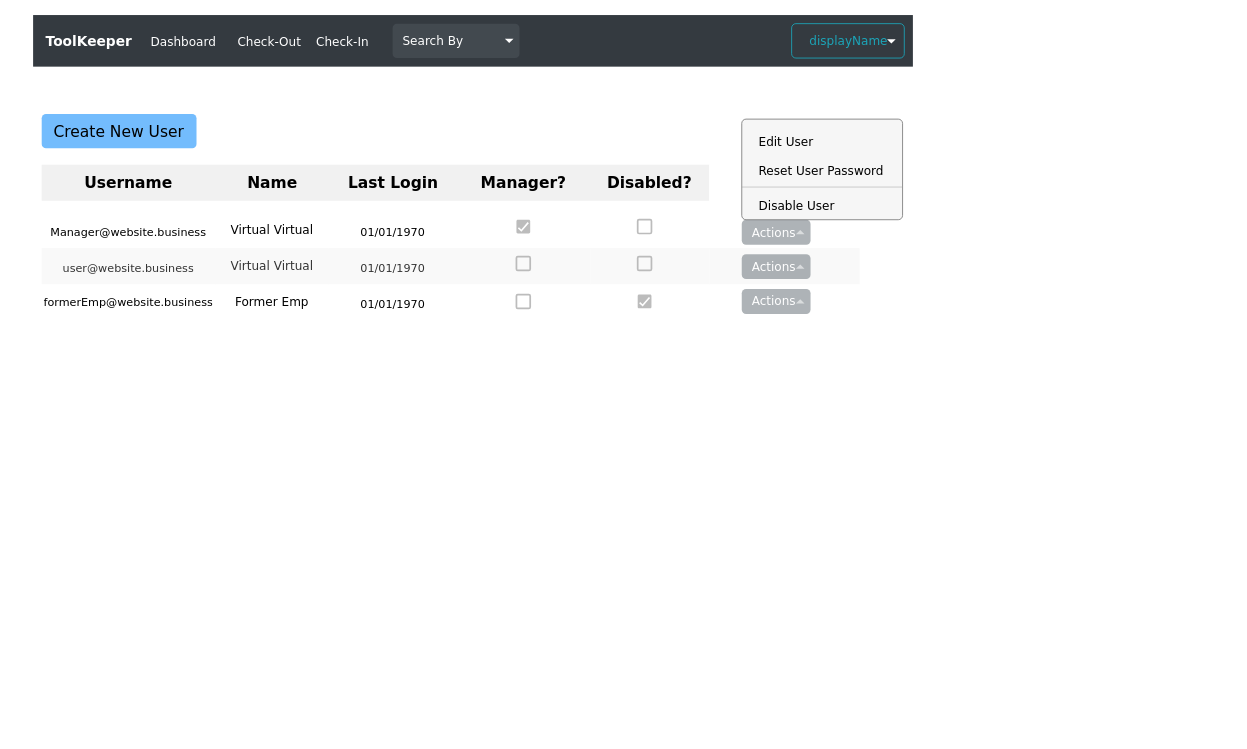
Before: page "User Management" (7 of 10) of initialDesign.drawio in DaveLuhman/toolkeeper, a draw.io diagram. Source tidied: cells renumbered, new cells numbered last; positions are measured from the earlier drawing's top-left corner, leaving out a move shared by most shapes. Both pictures are drawn from the tidied source at 86%, with x=0, y=0 at pixel (33, 15). Pictures stored in the file or linked from it are replaced by grey dashed boxes.
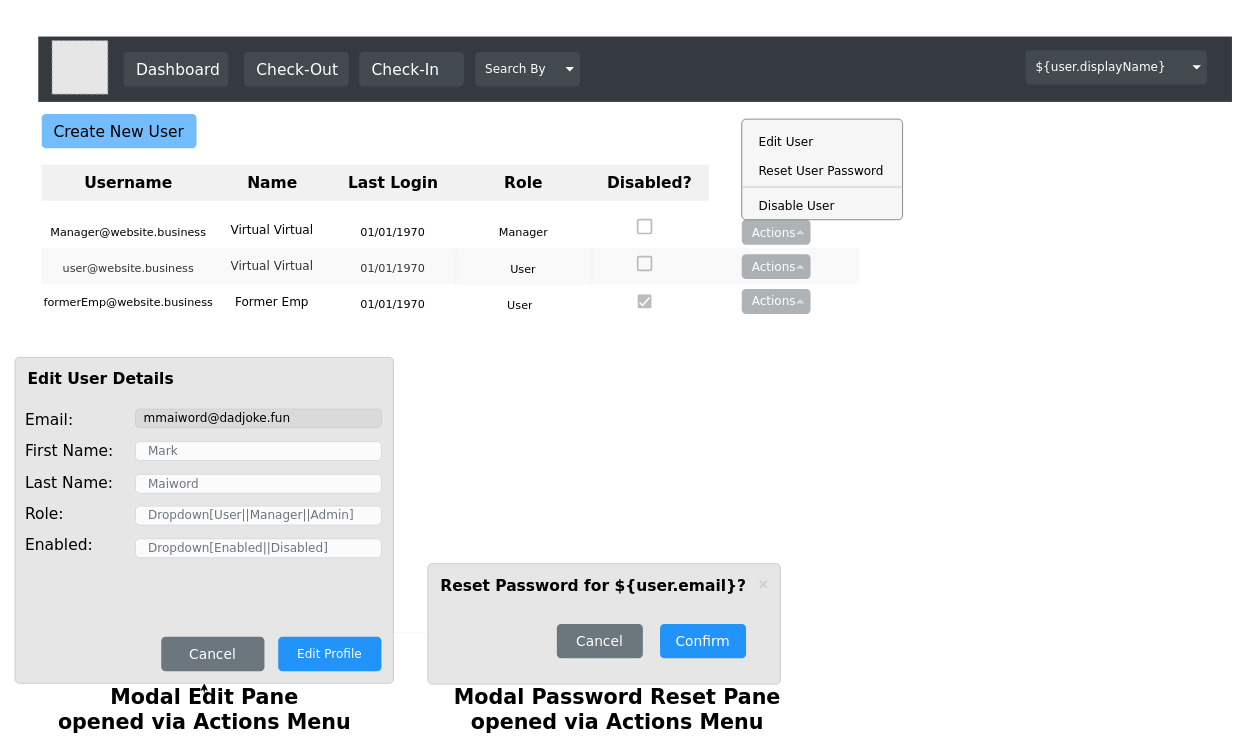
After the change.

The change refers to these unchanged cells:
```xml
<mxCell id="12" style="shape=partialRectangle;html=1;whiteSpace=wrap;fillColor=none;top=0;left=0;bottom=0;right=0;sketch=0;fontFamily=Verdana;fontSize=18;fontColor=#000000;strokeColor=#999999;strokeWidth=2;opacity=55;" parent="11" vertex="1">
  <mxGeometry width="776" height="42" as="geometry" />
</mxCell>
<mxCell id="19" style="shape=partialRectangle;html=1;whiteSpace=wrap;fillColor=none;top=0;left=0;bottom=0;right=0;sketch=0;fontFamily=Verdana;fontSize=18;fontColor=#000000;strokeColor=#999999;strokeWidth=2;opacity=55;" parent="18" vertex="1">
  <mxGeometry width="951" height="42" as="geometry" />
</mxCell>
<mxCell id="26" style="shape=partialRectangle;html=1;whiteSpace=wrap;fillColor=none;top=0;left=0;bottom=0;right=0;sketch=0;fontFamily=Verdana;fontSize=18;fontColor=#000000;strokeColor=#999999;strokeWidth=2;opacity=55;" parent="18" vertex="1">
  <mxGeometry y="42" width="951" height="42" as="geometry" />
</mxCell>
```

Diff of the diagram source:
```diff
@@
-    <mxCell id="2" value="&lt;b&gt;ToolKeeper&lt;/b&gt;" style="html=1;shadow=0;dashed=0;fillColor=#343A40;strokeColor=none;fontSize=16;fontColor=#ffffff;align=left;spacing=15;fontFamily=Verdana;" parent="1" vertex="1">
-      <mxGeometry width="1023" height="60" as="geometry" />
-    </mxCell>
-    <mxCell id="3" value="Dashboard" style="fillColor=none;strokeColor=none;fontSize=14;fontColor=#ffffff;align=center;fontFamily=Verdana;" parent="2" vertex="1">
-      <mxGeometry width="70" height="40" relative="1" as="geometry">
-        <mxPoint x="140" y="10" as="offset" />
-      </mxGeometry>
-    </mxCell>
-    <mxCell id="4" value="Check-Out" style="fillColor=none;strokeColor=none;fontSize=14;fontColor=#ffffff;align=center;fontFamily=Verdana;" parent="2" vertex="1">
-      <mxGeometry width="70" height="40" relative="1" as="geometry">
-        <mxPoint x="240" y="10" as="offset" />
-      </mxGeometry>
-    </mxCell>
-    <mxCell id="5" value="Check-In" style="fillColor=none;strokeColor=none;fontSize=14;fontColor=#ffffff;align=center;spacingRight=0;fontFamily=Verdana;" parent="2" vertex="1">
-      <mxGeometry width="80" height="40" relative="1" as="geometry">
-        <mxPoint x="320" y="10" as="offset" />
-      </mxGeometry>
-    </mxCell>
-    <mxCell id="6" value="displayName" style="html=1;shadow=0;dashed=0;shape=mxgraph.bootstrap.rrect;rSize=5;fontSize=14;fontColor=#1CA5B8;strokeColor=#1CA5B8;fillColor=none;align=center;fontFamily=Verdana;" parent="2" vertex="1">
-      <mxGeometry x="1" width="131" height="40" relative="1" as="geometry">
-        <mxPoint x="-141" y="10" as="offset" />
-      </mxGeometry>
-    </mxCell>
-    <mxCell id="7" style="shape=triangle;direction=south;fillColor=#ffffff;strokeColor=none;perimeter=none;fontFamily=Verdana;" parent="2" vertex="1">
-      <mxGeometry x="1" y="0.5" width="10" height="5" relative="1" as="geometry">
-        <mxPoint x="-30" y="-2" as="offset" />
-      </mxGeometry>
-    </mxCell>
-    <mxCell id="8" value="Search By" style="html=1;shadow=0;dashed=0;shape=mxgraph.bootstrap.rrect;rSize=5;strokeColor=none;strokeWidth=1;fillColor=#6C767D;fontColor=#ffffff;whiteSpace=wrap;align=left;verticalAlign=middle;fontStyle=0;fontSize=14;spacingLeft=10;opacity=25;fontFamily=Verdana;" parent="2" vertex="1">
-      <mxGeometry x="418" y="10" width="147.6" height="40" as="geometry" />
-    </mxCell>
-    <mxCell id="9" style="shape=triangle;direction=south;fillColor=#ffffff;strokeColor=none;perimeter=none;fontFamily=Verdana;" parent="8" vertex="1">
-      <mxGeometry x="1" y="0.5" width="10" height="5" relative="1" as="geometry">
-        <mxPoint x="-17" y="-2.5" as="offset" />
-      </mxGeometry>
-    </mxCell>
@@
-    <mxCell id="16" value="&lt;span&gt;Manager?&lt;/span&gt;" style="shape=partialRectangle;html=1;whiteSpace=wrap;fillColor=none;top=0;left=0;bottom=0;right=0;overflow=hidden;sketch=0;fontFamily=Verdana;fontSize=18;fontColor=#000000;strokeColor=#999999;strokeWidth=2;opacity=55;fontStyle=1;" parent="12" vertex="1">
+    <mxCell id="16" value="&lt;span&gt;Role&lt;/span&gt;" style="shape=partialRectangle;html=1;whiteSpace=wrap;fillColor=none;top=0;left=0;bottom=0;right=0;overflow=hidden;sketch=0;fontFamily=Verdana;fontSize=18;fontColor=#000000;strokeColor=#999999;strokeWidth=2;opacity=55;fontStyle=1;" parent="12" vertex="1">
       <mxGeometry x="483" width="155" height="42" as="geometry" />
     </mxCell>
@@
-    <mxCell id="23" style="shape=partialRectangle;html=1;whiteSpace=wrap;fillColor=none;top=0;left=0;bottom=0;right=0;overflow=hidden;sketch=0;fontFamily=Verdana;fontSize=18;fontColor=#000000;strokeColor=#999999;strokeWidth=2;opacity=55;fontStyle=1;" parent="19" vertex="1">
+    <mxCell id="23" value="&lt;span style=&quot;font-weight: normal&quot;&gt;&lt;font style=&quot;font-size: 13px&quot;&gt;Manager&lt;/font&gt;&lt;/span&gt;" style="shape=partialRectangle;html=1;whiteSpace=wrap;fillColor=none;top=0;left=0;bottom=0;right=0;overflow=hidden;sketch=0;fontFamily=Verdana;fontSize=18;fontColor=#000000;strokeColor=#999999;strokeWidth=2;opacity=55;fontStyle=1;" parent="19" vertex="1">
       <mxGeometry x="483" width="155" height="42" as="geometry" />
     </mxCell>
@@
-    <mxCell id="30" style="shape=partialRectangle;html=1;whiteSpace=wrap;fillColor=#f5f5f5;top=0;left=0;bottom=0;right=0;overflow=hidden;sketch=0;fontFamily=Verdana;fontSize=18;fontColor=#333333;strokeColor=#666666;strokeWidth=2;opacity=55;fontStyle=1;" parent="26" vertex="1">
+    <mxCell id="30" style="shape=partialRectangle;html=1;whiteSpace=wrap;fillColor=none;top=0;left=0;bottom=0;right=0;overflow=hidden;sketch=0;fontFamily=Verdana;fontSize=18;fontColor=#000000;strokeColor=#999999;strokeWidth=2;opacity=55;fontStyle=1;" parent="26" vertex="1">
       <mxGeometry x="483" width="155" height="42" as="geometry" />
     </mxCell>
@@
-    <mxCell id="47" style="dashed=0;labelPosition=right;align=left;shape=mxgraph.gmdl.checkbox;strokeColor=none;fillColor=#B0B0B0;strokeWidth=2;sketch=0;fontFamily=Verdana;fontSize=13;fontColor=#000000;opacity=85;" parent="1" vertex="1">
-      <mxGeometry x="562" y="238" width="16" height="16" as="geometry" />
-    </mxCell>
@@
-    <mxCell id="49" style="dashed=0;labelPosition=right;align=left;shape=mxgraph.gmdl.checkbox;strokeColor=#B0B0B0;fillColor=none;strokeWidth=2;sketch=0;fontFamily=Verdana;fontSize=13;fontColor=#000000;opacity=85;" parent="1" vertex="1">
-      <mxGeometry x="562" y="281" width="16" height="16" as="geometry" />
-    </mxCell>
@@
-    <mxCell id="53" style="dashed=0;labelPosition=right;align=left;shape=mxgraph.gmdl.checkbox;strokeColor=#B0B0B0;fillColor=none;strokeWidth=2;sketch=0;fontFamily=Verdana;fontSize=13;fontColor=#000000;opacity=85;" parent="1" vertex="1">
-      <mxGeometry x="562" y="325" width="16" height="16" as="geometry" />
-    </mxCell>
@@
+    <mxCell id="57" value="&lt;span style=&quot;font-weight: normal&quot;&gt;&lt;font style=&quot;font-size: 13px&quot;&gt;User&lt;/font&gt;&lt;/span&gt;" style="shape=partialRectangle;html=1;whiteSpace=wrap;fillColor=#F5F5F5;top=0;left=0;bottom=0;right=0;overflow=hidden;sketch=0;fontFamily=Verdana;fontSize=18;fontColor=#000000;strokeColor=#999999;strokeWidth=2;opacity=55;fontStyle=1;" parent="1" vertex="1">
+      <mxGeometry x="489" y="271.5" width="162" height="42" as="geometry" />
+    </mxCell>
+    <mxCell id="58" value="&lt;span style=&quot;font-weight: normal&quot;&gt;&lt;font style=&quot;font-size: 13px&quot;&gt;User&lt;/font&gt;&lt;/span&gt;" style="shape=partialRectangle;html=1;whiteSpace=wrap;fillColor=none;top=0;left=0;bottom=0;right=0;overflow=hidden;sketch=0;fontFamily=Verdana;fontSize=18;fontColor=#000000;strokeColor=#999999;strokeWidth=2;opacity=55;fontStyle=1;" parent="1" vertex="1">
+      <mxGeometry x="489" y="313.5" width="155" height="42" as="geometry" />
+    </mxCell>
+    <mxCell id="59" style="shape=line;strokeColor=#dddddd;fontColor=#000000;opacity=25;fontFamily=Verdana;" parent="1" vertex="1">
+      <mxGeometry x="-11" y="713" width="843.9" height="10" as="geometry">
+        <mxPoint y="50" as="offset" />
+      </mxGeometry>
+    </mxCell>
+    <mxCell id="60" style="html=1;shadow=0;dashed=0;shape=mxgraph.bootstrap.x;strokeColor=#868686;strokeWidth=2;fontColor=#000000;opacity=25;fontFamily=Verdana;" parent="1" vertex="1">
+      <mxGeometry x="830" y="683" width="8" height="8" as="geometry">
+        <mxPoint x="-24" y="20" as="offset" />
+      </mxGeometry>
+    </mxCell>
+    <mxCell id="61" style="group;" parent="1" vertex="1">
+      <mxGeometry x="-21" y="398" width="440" height="430" as="geometry" />
+    </mxCell>
+    <mxCell id="62" value="Edit User Details" style="html=1;shadow=0;dashed=0;shape=mxgraph.bootstrap.rrect;rSize=5;html=1;strokeColor=#C8C8C8;fillColor=#E6E6E6;whiteSpace=wrap;verticalAlign=top;align=left;fontSize=18;spacing=15;spacingTop=-5;fontColor=#000000;fontStyle=1;fontFamily=Verdana;" parent="61" vertex="1">
+      <mxGeometry width="440" height="379" as="geometry" />
+    </mxCell>
+    <mxCell id="63" style="edgeStyle=orthogonalEdgeStyle;html=1;fontFamily=Verdana;fontSize=16;fontColor=#333333;" parent="61" edge="1" source="64" target="62">
+      <mxGeometry relative="1" as="geometry" />
+    </mxCell>
+    <mxCell id="64" value="&lt;font color=&quot;#000000&quot;&gt;Modal Edit Pane &lt;br&gt;opened via Actions Menu&lt;br&gt;&lt;/font&gt;" style="text;strokeColor=none;fillColor=none;html=1;fontSize=24;fontStyle=1;verticalAlign=middle;align=center;fontColor=#B3B3B3;opacity=10;fontFamily=Verdana;" parent="61" vertex="1">
+      <mxGeometry x="170" y="390" width="100" height="40" as="geometry" />
+    </mxCell>
+    <mxCell id="65" value="Edit Profile" style="html=1;shadow=0;dashed=0;shape=mxgraph.bootstrap.rrect;rSize=5;perimeter=none;whiteSpace=wrap;fillColor=#0085FC;strokeColor=none;fontColor=#ffffff;fontSize=14;comic=0;sketch=0;fontFamily=Verdana;opacity=85;" parent="61" vertex="1">
+      <mxGeometry x="306" y="325" width="120" height="40" as="geometry" />
+    </mxCell>
+    <mxCell id="66" value="Email:" style="fillColor=none;strokeColor=none;align=left;fontSize=18;comic=0;sketch=0;fontFamily=Verdana;fontColor=#000000;opacity=85;fontStyle=0;" parent="61" vertex="1">
+      <mxGeometry x="10" y="56" width="100" height="30" as="geometry" />
+    </mxCell>
+    <mxCell id="67" value="Role:" style="fillColor=none;strokeColor=none;align=left;fontSize=18;comic=0;sketch=0;fontFamily=Verdana;fontColor=#000000;opacity=85;" parent="61" vertex="1">
+      <mxGeometry x="10" y="165" width="100" height="30" as="geometry" />
+    </mxCell>
+    <mxCell id="68" value="Dropdown[User||Manager||Admin]" style="html=1;shadow=0;dashed=0;shape=mxgraph.bootstrap.rrect;rSize=5;fillColor=#ffffff;strokeColor=#CED4DA;align=left;spacing=15;fontSize=14;fontColor=#6C767D;comic=0;sketch=0;fontFamily=Verdana;opacity=85;" parent="61" vertex="1">
+      <mxGeometry x="140" y="173" width="286" height="22" as="geometry" />
+    </mxCell>
+    <mxCell id="69" value="Cancel" style="html=1;shadow=0;dashed=0;shape=mxgraph.bootstrap.rrect;rSize=5;strokeColor=none;strokeWidth=1;fillColor=#6C767D;fontColor=#FFFFFF;whiteSpace=wrap;align=center;verticalAlign=middle;spacingLeft=0;fontStyle=0;fontSize=16;spacing=5;labelBackgroundColor=none;comic=0;sketch=0;fontFamily=Verdana;" parent="61" vertex="1">
+      <mxGeometry x="170" y="325" width="120" height="40" as="geometry" />
+    </mxCell>
+    <mxCell id="70" value="Enabled:" style="fillColor=none;strokeColor=none;align=left;fontSize=18;comic=0;sketch=0;fontFamily=Verdana;fontColor=#000000;opacity=85;" parent="61" vertex="1">
+      <mxGeometry x="10" y="201.1" width="100" height="30" as="geometry" />
+    </mxCell>
+    <mxCell id="71" value="Dropdown[Enabled||Disabled]" style="html=1;shadow=0;dashed=0;shape=mxgraph.bootstrap.rrect;rSize=5;fillColor=#ffffff;strokeColor=#CED4DA;align=left;spacing=15;fontSize=14;fontColor=#6C767D;comic=0;sketch=0;fontFamily=Verdana;opacity=85;" parent="61" vertex="1">
+      <mxGeometry x="140" y="211" width="286" height="22" as="geometry" />
+    </mxCell>
+    <mxCell id="72" value="Last Name:" style="fillColor=none;strokeColor=none;align=left;fontSize=18;comic=0;sketch=0;fontFamily=Verdana;fontColor=#000000;opacity=85;" parent="61" vertex="1">
+      <mxGeometry x="10" y="129" width="100" height="30" as="geometry" />
+    </mxCell>
+    <mxCell id="73" value="Maiword" style="html=1;shadow=0;dashed=0;shape=mxgraph.bootstrap.rrect;rSize=5;fillColor=#ffffff;strokeColor=#CED4DA;align=left;spacing=15;fontSize=14;fontColor=#6C767D;comic=0;sketch=0;fontFamily=Verdana;opacity=85;" parent="61" vertex="1">
+      <mxGeometry x="140" y="136" width="286" height="22" as="geometry" />
+    </mxCell>
+    <mxCell id="74" value="First Name:" style="fillColor=none;strokeColor=none;align=left;fontSize=18;comic=0;sketch=0;fontFamily=Verdana;fontColor=#000000;opacity=85;" parent="61" vertex="1">
+      <mxGeometry x="10" y="92" width="100" height="30" as="geometry" />
+    </mxCell>
+    <mxCell id="75" value="Mark" style="html=1;shadow=0;dashed=0;shape=mxgraph.bootstrap.rrect;rSize=5;fillColor=#ffffff;strokeColor=#CED4DA;align=left;spacing=15;fontSize=14;fontColor=#6C767D;comic=0;sketch=0;fontFamily=Verdana;opacity=85;" parent="61" vertex="1">
+      <mxGeometry x="140" y="98" width="286" height="22" as="geometry" />
+    </mxCell>
+    <mxCell id="76" value="mmaiword@dadjoke.fun" style="html=1;shadow=0;dashed=0;shape=mxgraph.bootstrap.rrect;rSize=5;fillColor=#B3B3B3;strokeColor=#999999;align=left;spacing=10;fontSize=14;fontColor=#000000;comic=0;sketch=0;fontFamily=Verdana;opacity=25;" parent="61" vertex="1">
+      <mxGeometry x="140" y="60" width="286" height="22" as="geometry" />
+    </mxCell>
+    <mxCell id="77" value="&lt;span&gt;Reset Password for ${user.email}?&lt;/span&gt;" style="html=1;shadow=0;dashed=0;shape=mxgraph.bootstrap.rrect;rSize=5;html=1;strokeColor=#C8C8C8;fillColor=#E6E6E6;whiteSpace=wrap;verticalAlign=top;align=left;fontSize=18;spacing=15;spacingTop=-5;fontColor=#000000;fontStyle=1;fontFamily=Verdana;" parent="1" vertex="1">
+      <mxGeometry x="459" y="638" width="410" height="140" as="geometry" />
+    </mxCell>
+    <mxCell id="78" style="shape=line;strokeColor=#dddddd;fontColor=#000000;opacity=25;fontFamily=Verdana;" parent="77" vertex="1">
+      <mxGeometry width="339.84" height="10" relative="1" as="geometry">
+        <mxPoint y="50" as="offset" />
+      </mxGeometry>
+    </mxCell>
+    <mxCell id="79" style="html=1;shadow=0;dashed=0;shape=mxgraph.bootstrap.x;strokeColor=#868686;strokeWidth=2;fontColor=#000000;opacity=25;fontFamily=Verdana;" parent="77" vertex="1">
+      <mxGeometry x="1" width="8" height="8" relative="1" as="geometry">
+        <mxPoint x="-24" y="20" as="offset" />
+      </mxGeometry>
+    </mxCell>
+    <mxCell id="80" value="&lt;font style=&quot;font-size: 16px&quot;&gt;Confirm&lt;/font&gt;" style="html=1;shadow=0;dashed=0;shape=mxgraph.bootstrap.rrect;rSize=5;perimeter=none;whiteSpace=wrap;fillColor=#0085FC;strokeColor=none;fontColor=#ffffff;fontSize=14;comic=0;sketch=0;fontFamily=Verdana;opacity=85;" parent="77" vertex="1">
+      <mxGeometry x="270" y="70" width="100" height="40" as="geometry" />
+    </mxCell>
+    <mxCell id="81" value="Cancel" style="html=1;shadow=0;dashed=0;shape=mxgraph.bootstrap.rrect;rSize=5;strokeColor=none;strokeWidth=1;fillColor=#6C767D;fontColor=#FFFFFF;whiteSpace=wrap;align=center;verticalAlign=middle;spacingLeft=0;fontStyle=0;fontSize=16;spacing=5;labelBackgroundColor=none;comic=0;sketch=0;fontFamily=Verdana;" parent="77" vertex="1">
+      <mxGeometry x="150" y="70" width="100" height="40" as="geometry" />
+    </mxCell>
+    <mxCell id="82" value="&lt;font color=&quot;#000000&quot;&gt;Modal Password Reset Pane&lt;br&gt;opened via Actions Menu&lt;br&gt;&lt;/font&gt;" style="text;strokeColor=none;fillColor=none;html=1;fontSize=24;fontStyle=1;verticalAlign=middle;align=center;fontColor=#B3B3B3;opacity=10;fontFamily=Verdana;" parent="1" vertex="1">
+      <mxGeometry x="629" y="788" width="100" height="40" as="geometry" />
+    </mxCell>
+    <mxCell id="83" style="group;" parent="1" vertex="1">
+      <mxGeometry x="6" y="25" width="1388" height="76" as="geometry" />
+    </mxCell>
+    <mxCell id="84" style="html=1;shadow=0;dashed=0;fillColor=#343A40;strokeColor=none;fontSize=16;fontColor=#ffffff;align=left;spacing=15;fontFamily=Verdana;" parent="83" vertex="1">
+      <mxGeometry width="1388" height="76" as="geometry" />
+    </mxCell>
+    <mxCell id="8" value="Search By" style="html=1;shadow=0;dashed=0;shape=mxgraph.bootstrap.rrect;rSize=5;strokeColor=none;strokeWidth=1;fillColor=#6C767D;fontColor=#ffffff;whiteSpace=wrap;align=left;verticalAlign=middle;fontStyle=0;fontSize=14;spacingLeft=10;opacity=25;fontFamily=Verdana;" parent="83" vertex="1">
+      <mxGeometry x="508" y="18" width="122" height="40" as="geometry" />
+    </mxCell>
+    <mxCell id="85" style="shape=triangle;direction=south;fillColor=#ffffff;strokeColor=none;perimeter=none;fontFamily=Verdana;" parent="8" vertex="1">
+      <mxGeometry x="1" y="0.5" width="10" height="5" relative="1" as="geometry">
+        <mxPoint x="-17" y="-2.5" as="offset" />
+      </mxGeometry>
+    </mxCell>
+    <mxCell id="86" style="fillColor=#E6E6E6;strokeColor=#999999;dashed=1;verticalLabelPosition=bottom;labelBackgroundColor=#ffffff;verticalAlign=top;" parent="83" vertex="1">
+      <mxGeometry x="16" y="4.7" width="64.9" height="62.3" as="geometry" />
+    </mxCell>
+    <mxCell id="3" value="&lt;font style=&quot;font-size: 18px&quot;&gt;Dashboard&lt;/font&gt;" style="html=1;shadow=0;dashed=0;shape=mxgraph.bootstrap.rrect;rSize=5;strokeColor=none;strokeWidth=1;fillColor=#6C767D;fontColor=#ffffff;whiteSpace=wrap;align=left;verticalAlign=middle;spacingLeft=10;fontStyle=0;fontSize=14;spacing=5;labelBackgroundColor=none;comic=0;sketch=0;fontFamily=Verdana;opacity=25;" parent="83" vertex="1">
+      <mxGeometry x="99" y="18" width="122" height="40" as="geometry" />
+    </mxCell>
+    <mxCell id="4" value="&lt;font style=&quot;font-size: 18px&quot;&gt;Check-Out&lt;/font&gt;" style="html=1;shadow=0;dashed=0;shape=mxgraph.bootstrap.rrect;rSize=5;strokeColor=none;strokeWidth=1;fillColor=#6C767D;fontColor=#ffffff;whiteSpace=wrap;align=left;verticalAlign=middle;spacingLeft=10;fontStyle=0;fontSize=14;spacing=5;labelBackgroundColor=none;comic=0;sketch=0;fontFamily=Verdana;opacity=25;" parent="83" vertex="1">
+      <mxGeometry x="239" y="18" width="122" height="40" as="geometry" />
+    </mxCell>
+    <mxCell id="5" value="&lt;font style=&quot;font-size: 18px&quot;&gt;Check-In&lt;/font&gt;" style="html=1;shadow=0;dashed=0;shape=mxgraph.bootstrap.rrect;rSize=5;strokeColor=none;strokeWidth=1;fillColor=#6C767D;fontColor=#ffffff;whiteSpace=wrap;align=left;verticalAlign=middle;spacingLeft=10;fontStyle=0;fontSize=14;spacing=5;labelBackgroundColor=none;comic=0;sketch=0;fontFamily=Verdana;opacity=25;" parent="83" vertex="1">
+      <mxGeometry x="373" y="18" width="122" height="40" as="geometry" />
+    </mxCell>
+    <mxCell id="87" value="${user.displayName}" style="html=1;shadow=0;dashed=0;shape=mxgraph.bootstrap.rrect;rSize=5;strokeColor=none;strokeWidth=1;fillColor=#6C767D;fontColor=#ffffff;whiteSpace=wrap;align=left;verticalAlign=middle;fontStyle=0;fontSize=14;spacingLeft=10;opacity=25;fontFamily=Verdana;" parent="83" vertex="1">
+      <mxGeometry x="1148" y="15.8" width="211" height="40" as="geometry" />
+    </mxCell>
+    <mxCell id="88" style="shape=triangle;direction=south;fillColor=#ffffff;strokeColor=none;perimeter=none;fontFamily=Verdana;" parent="87" vertex="1">
+      <mxGeometry x="1" y="0.5" width="10" height="5" relative="1" as="geometry">
+        <mxPoint x="-17" y="-2.5" as="offset" />
+      </mxGeometry>
+    </mxCell>
```
